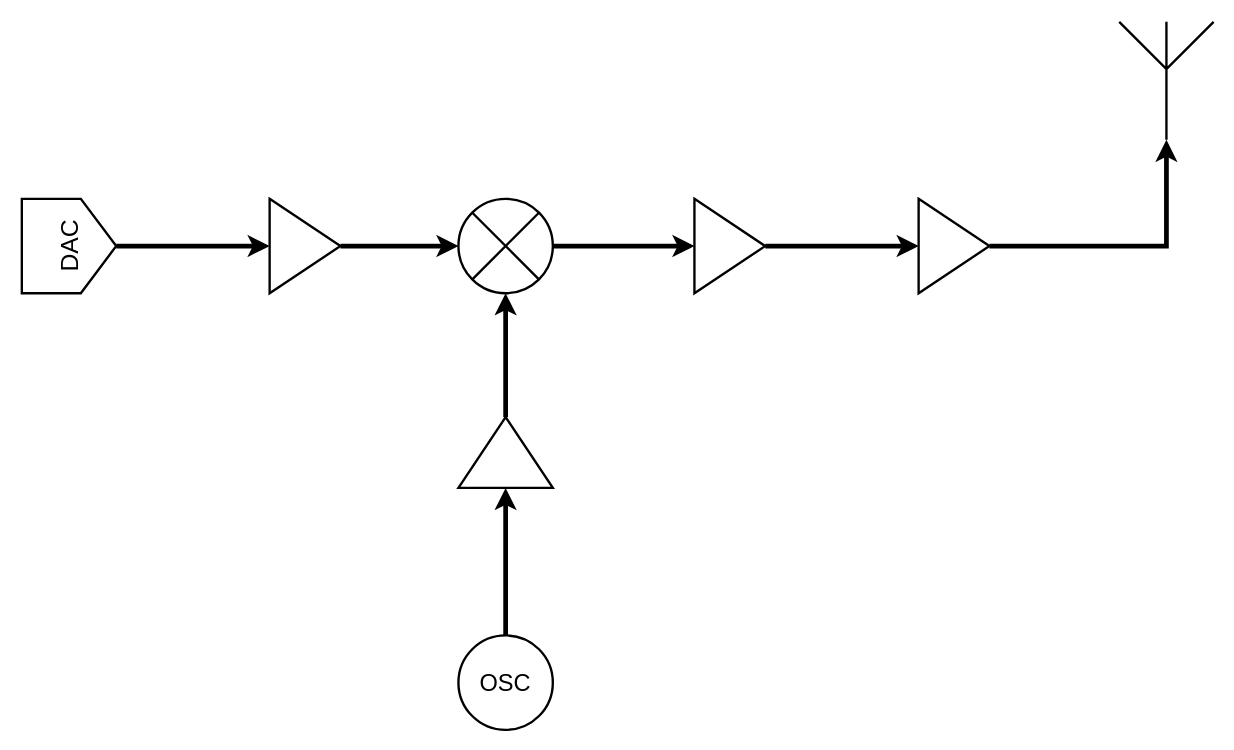
The draw.io diagram transmitter.drawio in chenbin234/MCC125-Wireless-link-project, before the edit. Source tidied: cells renumbered, new cells numbered last; positions are measured from the earlier drawing's top-left corner, leaving out a move shared by most shapes. Both pictures are drawn from the tidied source at 118%, with x=0, y=0 at pixel (21, 21).
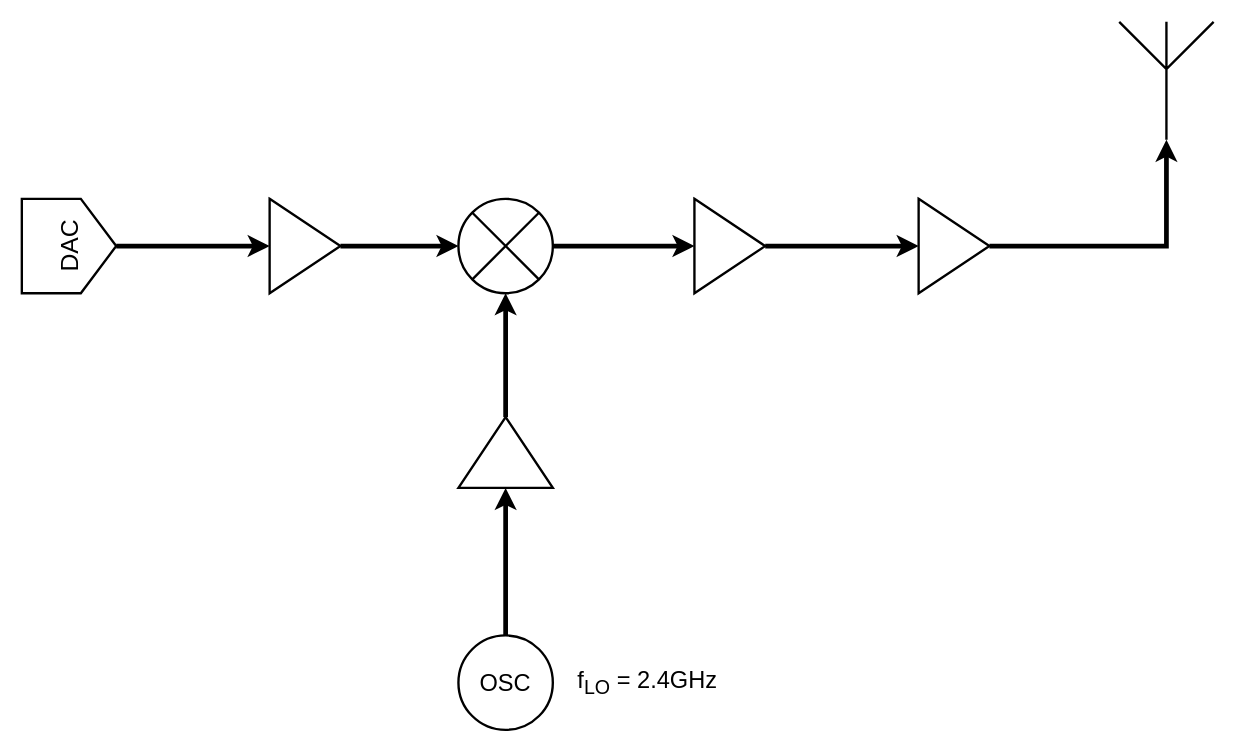
The same diagram, later.

Change to the diagram source:
```diff
@@
 <mxGraphModel>
   <root>
     <mxCell id="0" />
     <mxCell id="1" parent="0" />
     <mxCell id="2" style="edgeStyle=orthogonalEdgeStyle;rounded=0;jettySize=auto;html=1;exitX=1;exitY=0.5;exitDx=0;exitDy=0;strokeWidth=4;" parent="1" edge="1" source="3" target="5">
       <mxGeometry relative="1" as="geometry" />
     </mxCell>
     <mxCell id="3" style="triangle;whiteSpace=wrap;html=1;strokeWidth=2;" parent="1" vertex="1">
       <mxGeometry x="210" y="150" width="60" height="80" as="geometry" />
     </mxCell>
     <mxCell id="4" style="edgeStyle=orthogonalEdgeStyle;rounded=0;jettySize=auto;html=1;exitX=1;exitY=0.5;exitDx=0;exitDy=0;entryX=0;entryY=0.5;entryDx=0;entryDy=0;strokeWidth=4;" parent="1" edge="1" source="5" target="11">
       <mxGeometry relative="1" as="geometry" />
     </mxCell>
     <mxCell id="5" style="shape=sumEllipse;perimeter=ellipsePerimeter;whiteSpace=wrap;html=1;backgroundOutline=1;strokeWidth=2;" parent="1" vertex="1">
       <mxGeometry x="370" y="150" width="80" height="80" as="geometry" />
     </mxCell>
     <mxCell id="6" style="edgeStyle=orthogonalEdgeStyle;rounded=0;jettySize=auto;html=1;exitX=1;exitY=0.5;exitDx=0;exitDy=0;entryX=0.5;entryY=1;entryDx=0;entryDy=0;strokeWidth=4;" parent="1" edge="1" source="7" target="5">
       <mxGeometry relative="1" as="geometry" />
     </mxCell>
     <mxCell id="7" style="triangle;whiteSpace=wrap;html=1;rotation=-90;strokeWidth=2;" parent="1" vertex="1">
       <mxGeometry x="380" y="325" width="60" height="80" as="geometry" />
     </mxCell>
     <mxCell id="8" style="edgeStyle=orthogonalEdgeStyle;rounded=0;jettySize=auto;html=1;exitX=0.5;exitY=0;exitDx=0;exitDy=0;entryX=0;entryY=0.5;entryDx=0;entryDy=0;strokeWidth=4;" parent="1" edge="1" source="9" target="7">
       <mxGeometry relative="1" as="geometry" />
     </mxCell>
     <mxCell id="9" value="&lt;font style=&quot;font-size: 20px;&quot;&gt;OSC&lt;/font&gt;" style="ellipse;whiteSpace=wrap;html=1;strokeWidth=2;" parent="1" vertex="1">
       <mxGeometry x="370" y="520" width="80" height="80" as="geometry" />
     </mxCell>
     <mxCell id="10" style="edgeStyle=orthogonalEdgeStyle;rounded=0;jettySize=auto;html=1;exitX=1;exitY=0.5;exitDx=0;exitDy=0;entryX=0;entryY=0.5;entryDx=0;entryDy=0;strokeWidth=4;" parent="1" edge="1" source="11" target="13">
       <mxGeometry relative="1" as="geometry" />
     </mxCell>
     <mxCell id="11" style="triangle;whiteSpace=wrap;html=1;strokeWidth=2;" parent="1" vertex="1">
       <mxGeometry x="570" y="150" width="60" height="80" as="geometry" />
     </mxCell>
     <mxCell id="12" style="edgeStyle=orthogonalEdgeStyle;rounded=0;jettySize=auto;html=1;exitX=1;exitY=0.5;exitDx=0;exitDy=0;strokeWidth=4;" parent="1" edge="1" source="13" target="14">
       <mxGeometry relative="1" as="geometry" />
     </mxCell>
     <mxCell id="13" style="triangle;whiteSpace=wrap;html=1;strokeWidth=2;" parent="1" vertex="1">
       <mxGeometry x="760" y="150" width="60" height="80" as="geometry" />
     </mxCell>
     <mxCell id="14" style="verticalLabelPosition=bottom;shadow=0;dashed=0;align=center;html=1;verticalAlign=top;shape=mxgraph.electrical.radio.aerial_-_antenna_1;strokeWidth=2;" parent="1" vertex="1">
       <mxGeometry x="930" width="80" height="100" as="geometry" />
     </mxCell>
     <mxCell id="15" style="edgeStyle=orthogonalEdgeStyle;rounded=0;jettySize=auto;html=1;exitX=0.5;exitY=1;exitDx=0;exitDy=0;entryX=0;entryY=0.5;entryDx=0;entryDy=0;strokeWidth=4;" parent="1" edge="1" source="16" target="3">
       <mxGeometry relative="1" as="geometry" />
     </mxCell>
     <mxCell id="16" value="&lt;font style=&quot;font-size: 21px;&quot;&gt;DAC&lt;/font&gt;" style="shape=offPageConnector;whiteSpace=wrap;html=1;rotation=-90;strokeWidth=2;" parent="1" vertex="1">
       <mxGeometry y="150" width="80" height="80" as="geometry" />
     </mxCell>
+    <mxCell id="17" value="&lt;font style=&quot;font-size: 20px;&quot;&gt;f&lt;sub&gt;LO&lt;/sub&gt; = 2.4GHz&lt;/font&gt;" style="text;html=1;align=center;verticalAlign=middle;strokeColor=none;fillColor=none;" parent="1" vertex="1">
+      <mxGeometry x="460" y="540" width="140" height="40" as="geometry" />
+    </mxCell>
   </root>
 </mxGraphModel>
```
